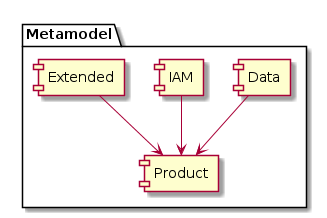
Earlier version of the PlantUML export code/doc/puml/rendered/overview.png (sogis/simi).
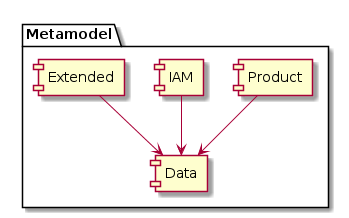
Above is the later version.

What changed in the source:
```diff
@@ -7,7 +7,7 @@
 }
 
 
-data --> prod
-iam --> prod
-ext --> prod
+prod --> data
+iam --> data
+ext --> data
 @enduml
```
